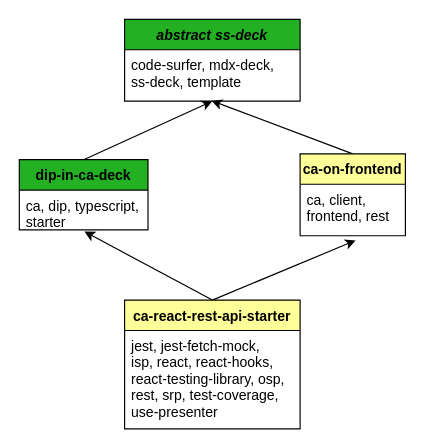
Earlier version of the draw.io diagram diagrams/ca-parts.drawio (softspiders/ca-parts). Source tidied: cells renumbered, new cells numbered last; positions are measured from the earlier drawing's top-left corner, leaving out a move shared by most shapes. Both pictures are drawn from the tidied source at 117%, with x=0, y=0 at pixel (19, 19).
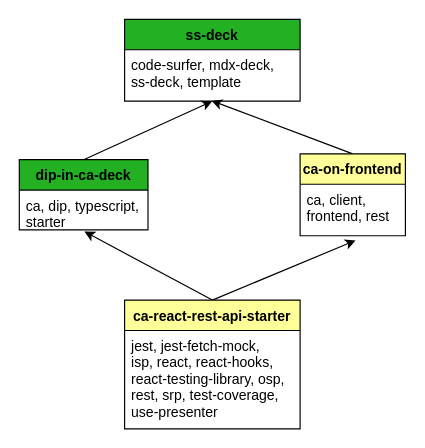
Above is the later version.

The edit, as a diff of the source:
```diff
@@
 <mxGraphModel background="#ffffff">
   <root>
     <mxCell id="0" />
     <mxCell id="1" parent="0" />
     <mxCell id="2" style="endArrow=classic;html=1;entryX=0.527;entryY=1.091;entryDx=0;entryDy=0;entryPerimeter=0;exitX=0.5;exitY=0;exitDx=0;exitDy=0;" parent="1" edge="1" source="12" target="7">
       <mxGeometry relative="1" as="geometry" />
     </mxCell>
     <mxCell id="3" style="endArrow=classic;html=1;entryX=0.506;entryY=1.041;entryDx=0;entryDy=0;entryPerimeter=0;exitX=0.5;exitY=0;exitDx=0;exitDy=0;" parent="1" edge="1" source="12" target="9">
       <mxGeometry relative="1" as="geometry" />
     </mxCell>
     <mxCell id="4" style="endArrow=classic;html=1;exitX=0.5;exitY=0;exitDx=0;exitDy=0;entryX=0.5;entryY=1;entryDx=0;entryDy=0;" parent="1" edge="1" source="8" target="10">
       <mxGeometry relative="1" as="geometry" />
     </mxCell>
     <mxCell id="5" style="endArrow=classic;html=1;entryX=0.496;entryY=0.992;entryDx=0;entryDy=0;entryPerimeter=0;exitX=0.5;exitY=0;exitDx=0;exitDy=0;" parent="1" edge="1" source="6" target="11">
       <mxGeometry relative="1" as="geometry" />
     </mxCell>
     <mxCell id="6" value="ca-on-frontend" style="swimlane;fontStyle=1;horizontal=1;startSize=26;fillColor=#FFFF99;" parent="1" vertex="1">
       <mxGeometry x="240" y="115" width="90" height="70" as="geometry" />
     </mxCell>
     <mxCell id="7" value="ca, client,&#10;frontend, rest" style="text;strokeColor=none;fillColor=none;align=left;verticalAlign=top;spacingLeft=4;spacingRight=4;overflow=hidden;points=[[0,0.5],[1,0.5]];portConstraint=eastwest;" parent="6" vertex="1">
       <mxGeometry y="26" width="90" height="44" as="geometry" />
     </mxCell>
     <mxCell id="8" value="dip-in-ca-deck" style="swimlane;fontStyle=1;horizontal=1;startSize=26;fillColor=#23B023;" parent="1" vertex="1">
       <mxGeometry y="120" width="110" height="60" as="geometry" />
     </mxCell>
     <mxCell id="9" value="ca, dip, typescript,&#10;starter" style="text;strokeColor=none;fillColor=none;align=left;verticalAlign=top;spacingLeft=4;spacingRight=4;overflow=hidden;points=[[0,0.5],[1,0.5]];portConstraint=eastwest;" parent="8" vertex="1">
       <mxGeometry y="26" width="110" height="34" as="geometry" />
     </mxCell>
-    <mxCell id="10" value="abstract ss-deck" style="swimlane;fontStyle=3;horizontal=1;startSize=26;fillColor=#23B023;" parent="1" vertex="1">
+    <mxCell id="10" value="ss-deck" style="swimlane;fontStyle=1;horizontal=1;startSize=26;fillColor=#23B023;" parent="1" vertex="1">
       <mxGeometry x="90" width="150" height="70" as="geometry" />
     </mxCell>
     <mxCell id="11" value="code-surfer, mdx-deck,&#10;ss-deck, template" style="text;strokeColor=none;fillColor=none;align=left;verticalAlign=top;spacingLeft=4;spacingRight=4;overflow=hidden;points=[[0,0.5],[1,0.5]];portConstraint=eastwest;" parent="10" vertex="1">
       <mxGeometry y="26" width="150" height="44" as="geometry" />
     </mxCell>
     <mxCell id="12" value="ca-react-rest-api-starter" style="swimlane;fontStyle=1;horizontal=1;startSize=26;fillColor=#FFFF99;" parent="1" vertex="1">
       <mxGeometry x="90" y="240" width="150" height="110" as="geometry" />
     </mxCell>
     <mxCell id="13" value="jest, jest-fetch-mock,&#10;isp, react, react-hooks,&#10;react-testing-library, osp,&#10;rest, srp, test-coverage,&#10;use-presenter" style="text;strokeColor=none;fillColor=none;align=left;verticalAlign=top;spacingLeft=4;spacingRight=4;overflow=hidden;" parent="12" vertex="1">
       <mxGeometry y="26" width="150" height="84" as="geometry" />
     </mxCell>
   </root>
 </mxGraphModel>
```
